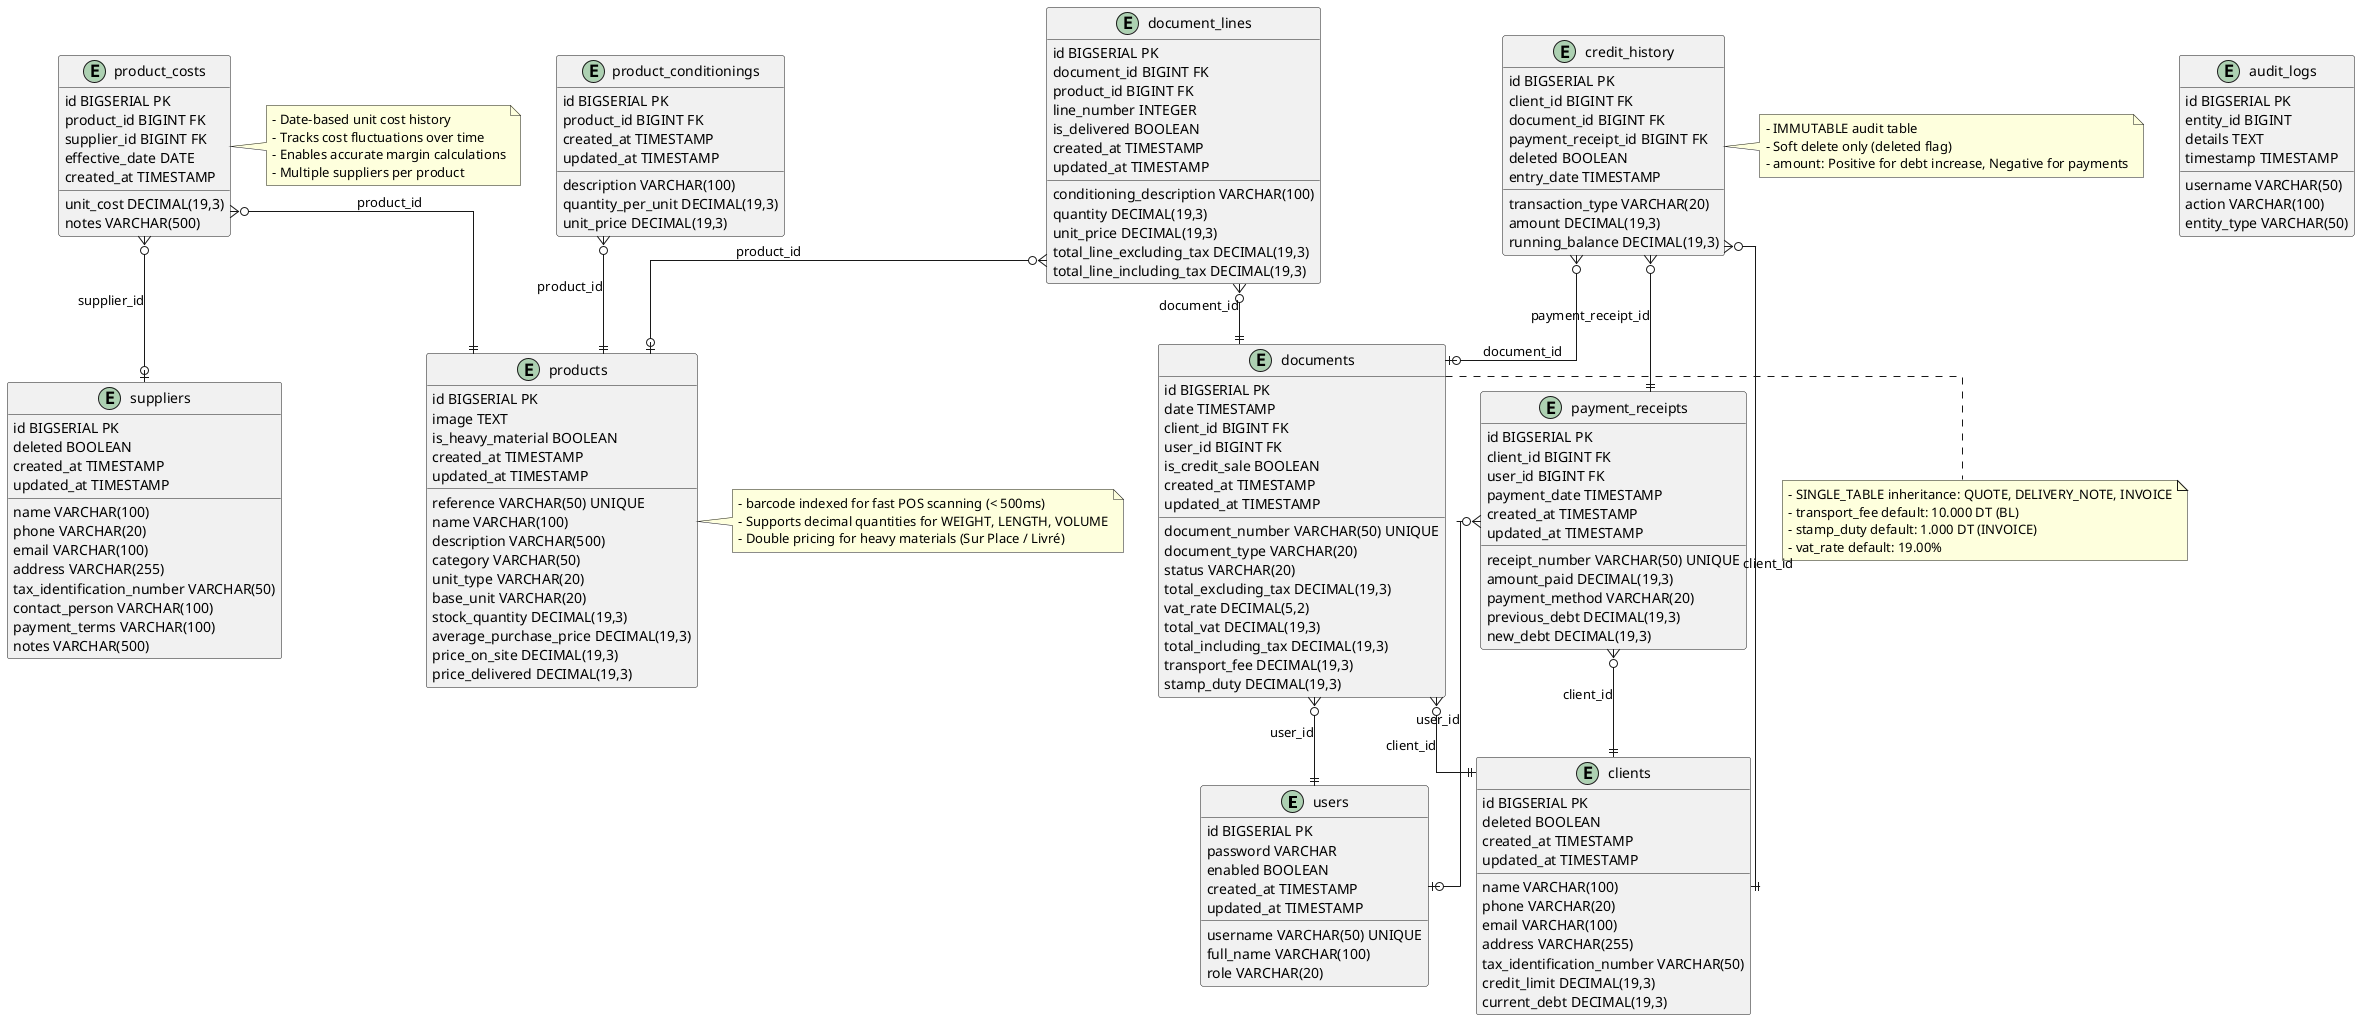
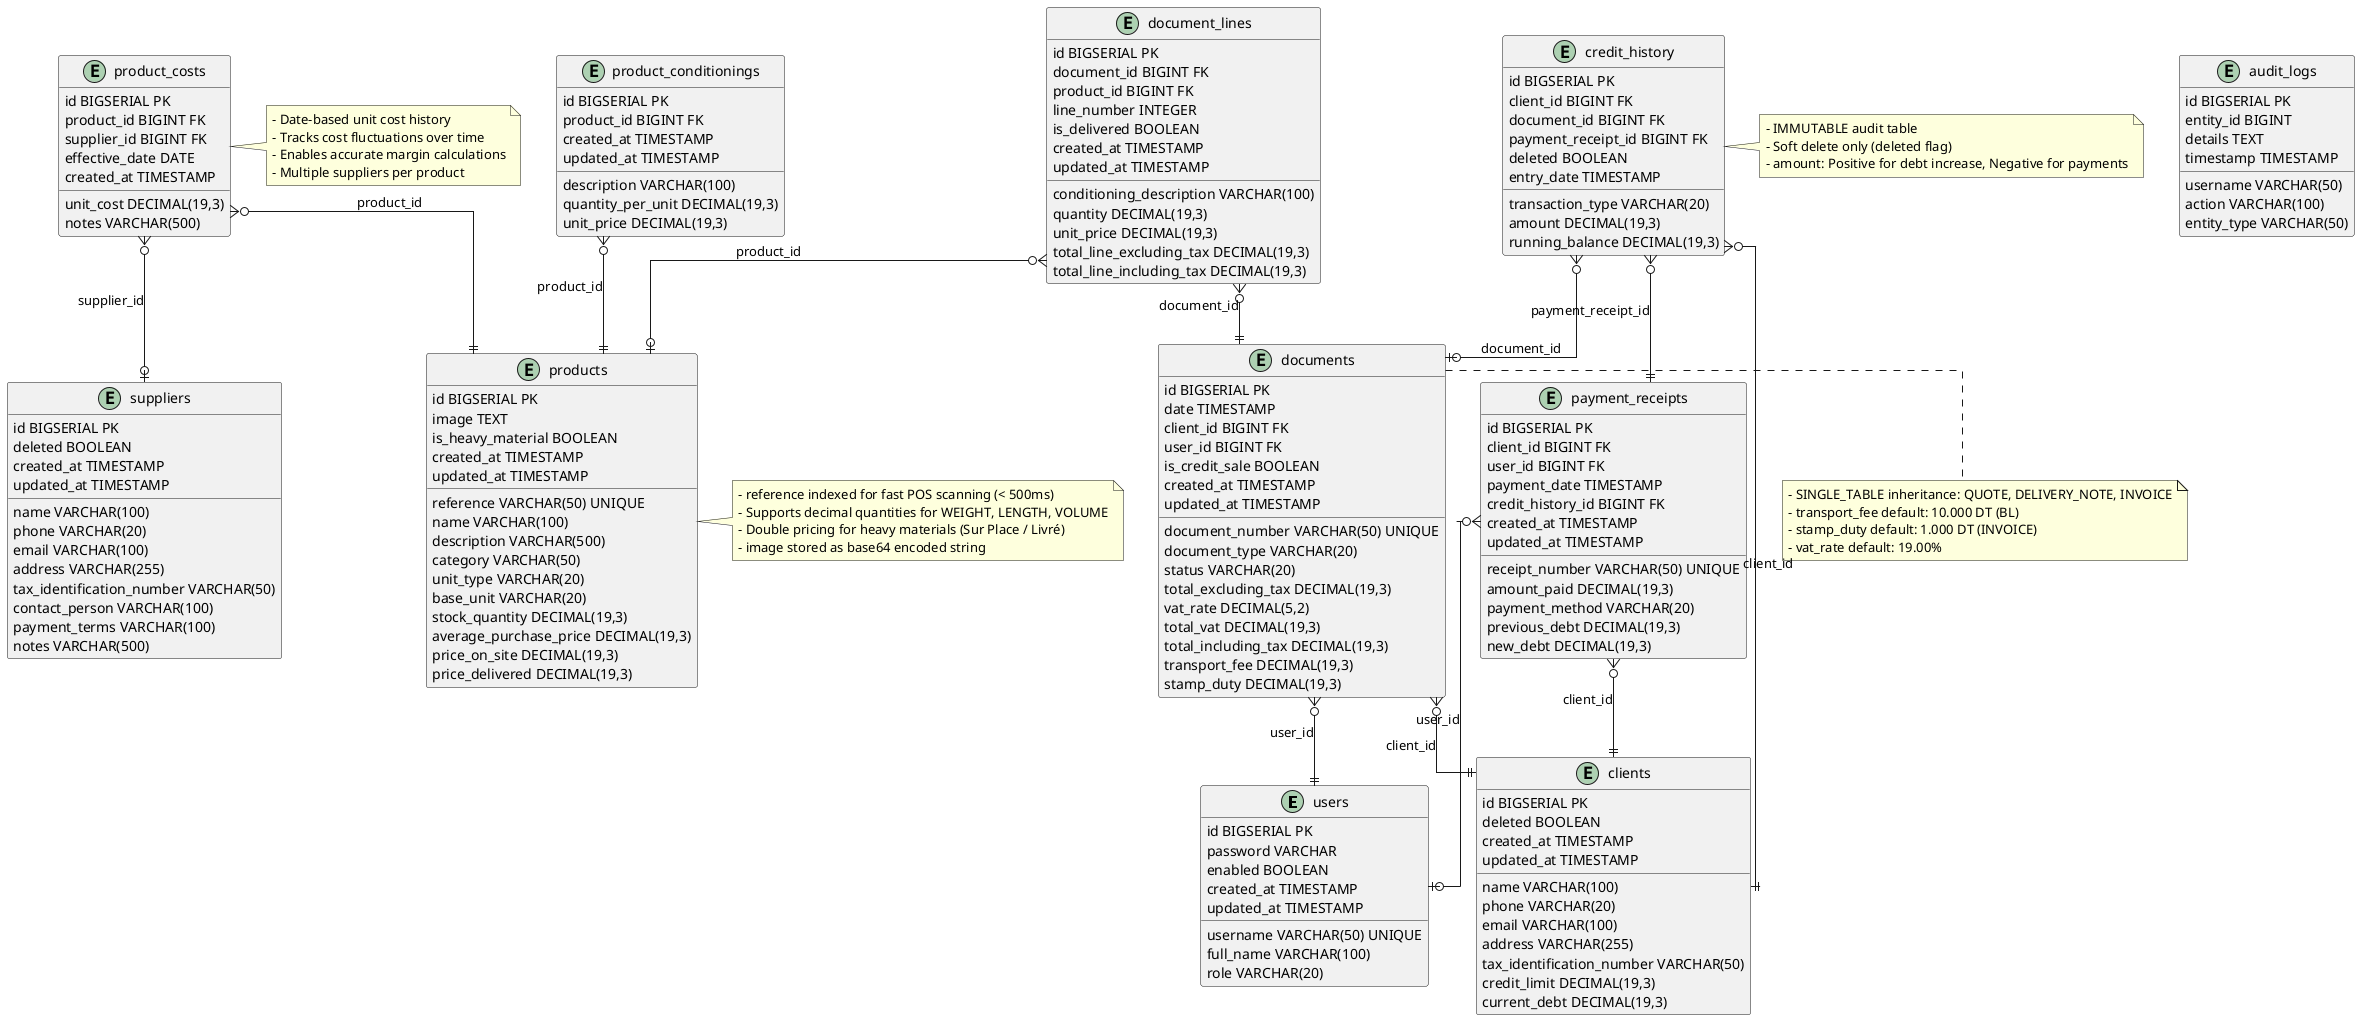
@startuml Hardware Store Database Schema
' INOVEXAHUB - Système de Gestion Commerciale et Point de Vente (POS)
' Sprint 1: Modélisation UML - Database Schema
' Version: 1.0 (MVP)
' Database: PostgreSQL

skinparam linetype ortho
skinparam entity {
  BackgroundColor<<FK>> LightBlue
  BorderColor<<FK>> Blue
}

' ============================================
' TABLES
' ============================================

entity users {
  id BIGSERIAL PK
  username VARCHAR(50) UNIQUE
  password VARCHAR
  full_name VARCHAR(100)
  role VARCHAR(20)
  enabled BOOLEAN
  created_at TIMESTAMP
  updated_at TIMESTAMP
}

entity clients {
  id BIGSERIAL PK
  name VARCHAR(100)
  phone VARCHAR(20)
  email VARCHAR(100)
  address VARCHAR(255)
  tax_identification_number VARCHAR(50)
  credit_limit DECIMAL(19,3)
  current_debt DECIMAL(19,3)
  deleted BOOLEAN
  created_at TIMESTAMP
  updated_at TIMESTAMP
}

entity suppliers {
  id BIGSERIAL PK
  name VARCHAR(100)
  phone VARCHAR(20)
  email VARCHAR(100)
  address VARCHAR(255)
  tax_identification_number VARCHAR(50)
  contact_person VARCHAR(100)
  payment_terms VARCHAR(100)
  notes VARCHAR(500)
  deleted BOOLEAN
  created_at TIMESTAMP
  updated_at TIMESTAMP
}

entity products {
  id BIGSERIAL PK
  reference VARCHAR(50) UNIQUE
  name VARCHAR(100)
  description VARCHAR(500)
  image TEXT
  category VARCHAR(50)
  unit_type VARCHAR(20)
  is_heavy_material BOOLEAN
  base_unit VARCHAR(20)
  stock_quantity DECIMAL(19,3)
  average_purchase_price DECIMAL(19,3)
  price_on_site DECIMAL(19,3)
  price_delivered DECIMAL(19,3)
  created_at TIMESTAMP
  updated_at TIMESTAMP
}

entity product_conditionings {
  id BIGSERIAL PK
  product_id BIGINT FK
  description VARCHAR(100)
  quantity_per_unit DECIMAL(19,3)
  unit_price DECIMAL(19,3)
  created_at TIMESTAMP
  updated_at TIMESTAMP
}

entity product_costs {
  id BIGSERIAL PK
  product_id BIGINT FK
  supplier_id BIGINT FK
  unit_cost DECIMAL(19,3)
  effective_date DATE
  notes VARCHAR(500)
  created_at TIMESTAMP
}

entity documents {
  id BIGSERIAL PK
  document_number VARCHAR(50) UNIQUE
  date TIMESTAMP
  document_type VARCHAR(20)
  status VARCHAR(20)
  client_id BIGINT FK
  user_id BIGINT FK
  total_excluding_tax DECIMAL(19,3)
  vat_rate DECIMAL(5,2)
  total_vat DECIMAL(19,3)
  total_including_tax DECIMAL(19,3)
  transport_fee DECIMAL(19,3)
  stamp_duty DECIMAL(19,3)
  is_credit_sale BOOLEAN
  created_at TIMESTAMP
  updated_at TIMESTAMP
}

entity document_lines {
  id BIGSERIAL PK
  document_id BIGINT FK
  product_id BIGINT FK
  line_number INTEGER
  conditioning_description VARCHAR(100)
  quantity DECIMAL(19,3)
  unit_price DECIMAL(19,3)
  total_line_excluding_tax DECIMAL(19,3)
  total_line_including_tax DECIMAL(19,3)
  is_delivered BOOLEAN
  created_at TIMESTAMP
  updated_at TIMESTAMP
}

entity payment_receipts {
  id BIGSERIAL PK
  receipt_number VARCHAR(50) UNIQUE
  client_id BIGINT FK
  user_id BIGINT FK
  amount_paid DECIMAL(19,3)
  payment_date TIMESTAMP
  payment_method VARCHAR(20)
  previous_debt DECIMAL(19,3)
  new_debt DECIMAL(19,3)
+   credit_history_id BIGINT FK
  created_at TIMESTAMP
  updated_at TIMESTAMP
}

entity credit_history {
  id BIGSERIAL PK
  client_id BIGINT FK
  document_id BIGINT FK
  payment_receipt_id BIGINT FK
  transaction_type VARCHAR(20)
  amount DECIMAL(19,3)
  running_balance DECIMAL(19,3)
  deleted BOOLEAN
  entry_date TIMESTAMP
}

entity audit_logs {
  id BIGSERIAL PK
  username VARCHAR(50)
  action VARCHAR(100)
  entity_type VARCHAR(50)
  entity_id BIGINT
  details TEXT
  timestamp TIMESTAMP
}

' ============================================
' FOREIGN KEY RELATIONSHIPS
' ============================================

product_conditionings }o--|| products : "product_id"
product_costs }o--|| products : "product_id"
product_costs }o--o| suppliers : "supplier_id"
documents }o--|| clients : "client_id"
documents }o--|| users : "user_id"
document_lines }o--|| documents : "document_id"
document_lines }o--o| products : "product_id"
payment_receipts }o--|| clients : "client_id"
payment_receipts }o--o| users : "user_id"
credit_history }o--|| clients : "client_id"
credit_history }o--o| documents : "document_id"
credit_history }o--|| payment_receipts : "payment_receipt_id"

' ============================================
' NOTES
' ============================================

note right of products
-   - barcode indexed for fast POS scanning (< 500ms)
+   - reference indexed for fast POS scanning (< 500ms)
  - Supports decimal quantities for WEIGHT, LENGTH, VOLUME
  - Double pricing for heavy materials (Sur Place / Livré)
+   - image stored as base64 encoded string
end note

note right of product_costs
  - Date-based unit cost history
  - Tracks cost fluctuations over time
  - Enables accurate margin calculations
  - Multiple suppliers per product
end note

note right of documents
  - SINGLE_TABLE inheritance: QUOTE, DELIVERY_NOTE, INVOICE
  - transport_fee default: 10.000 DT (BL)
  - stamp_duty default: 1.000 DT (INVOICE)
  - vat_rate default: 19.00%
end note

note right of credit_history
  - IMMUTABLE audit table
  - Soft delete only (deleted flag)
  - amount: Positive for debt increase, Negative for payments
end note

@enduml
